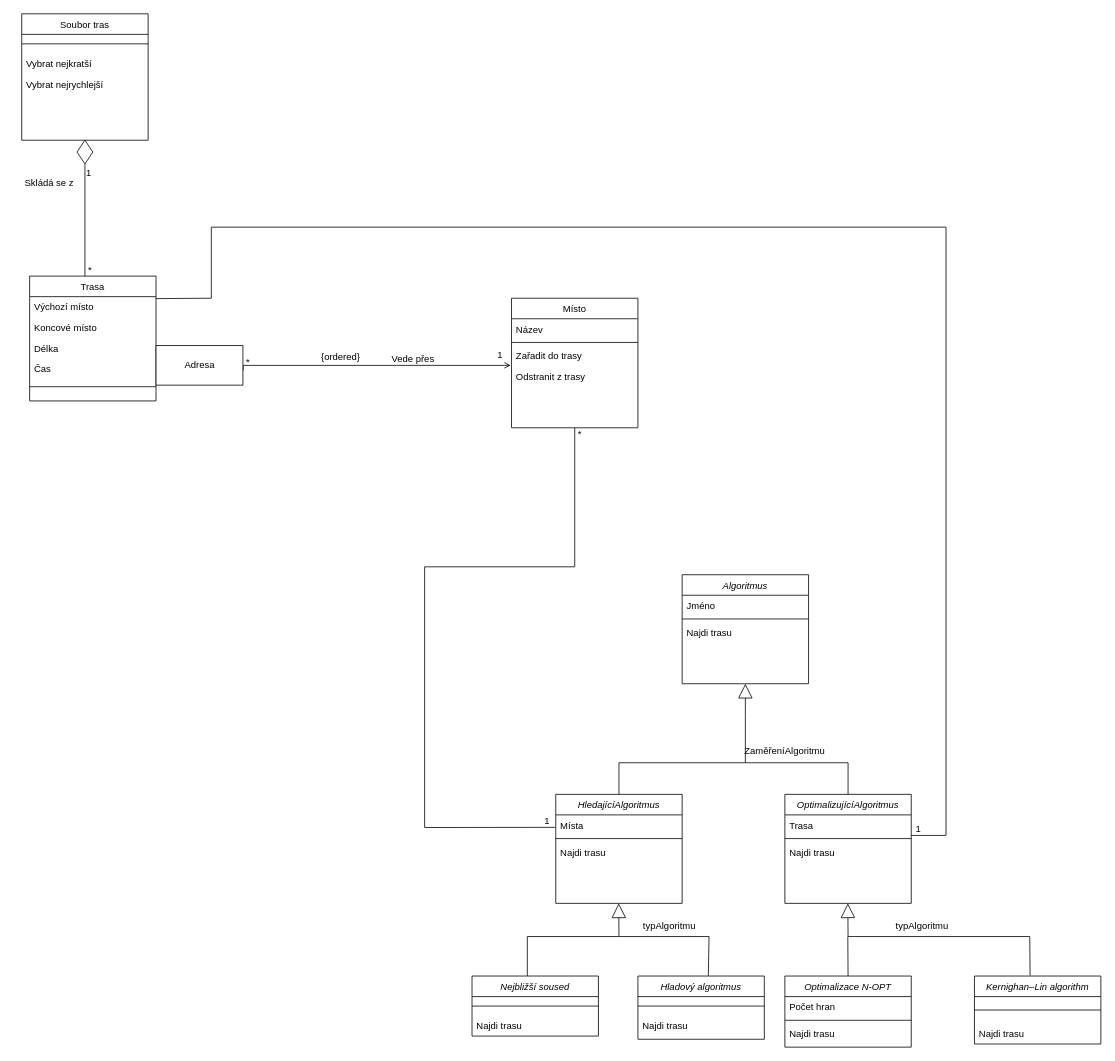
Before: ClassDiagram.drawio in KristyFromEarth/UML, a draw.io diagram. Source tidied: cells renumbered, new cells numbered last; positions are measured from the earlier drawing's top-left corner, leaving out a move shared by most shapes. Both pictures are drawn from the tidied source at 79%, with x=0, y=0 at pixel (13, 13).
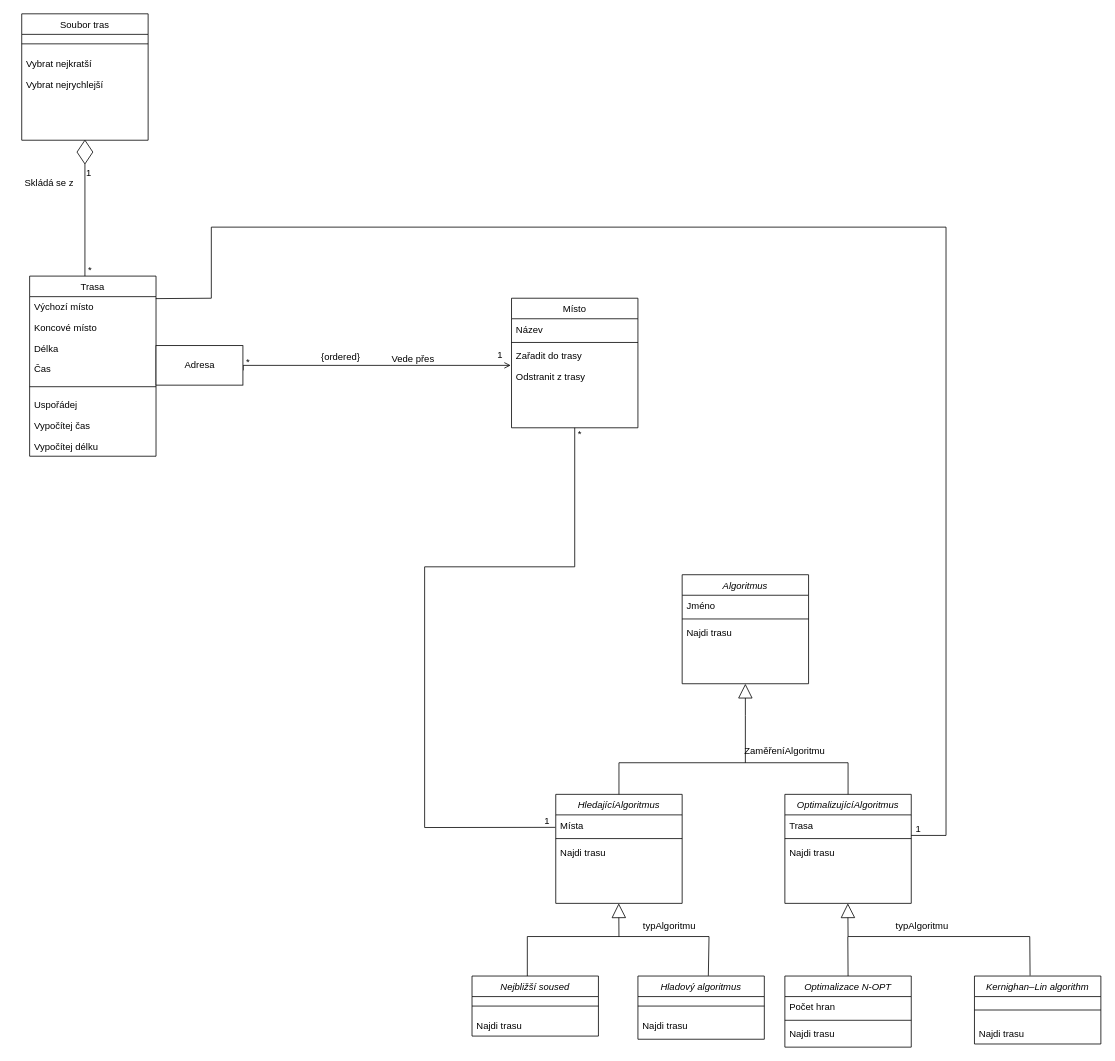
The same diagram, later.

The edit, as a diff of the source:
```diff
@@
     <mxCell id="14" value="Trasa" style="swimlane;fontStyle=0;align=center;verticalAlign=top;horizontal=1;startSize=26;rounded=0;shadow=0;strokeWidth=1;" parent="1" vertex="1">
-      <mxGeometry x="20" y="332" width="160" height="158" as="geometry" />
+      <mxGeometry x="20" y="332" width="160" height="228" as="geometry" />
     </mxCell>
@@
+    <mxCell id="81" value="Uspořádej" style="text;align=left;verticalAlign=top;spacingLeft=4;spacingRight=4;overflow=hidden;" parent="14" vertex="1">
+      <mxGeometry y="150" width="160" height="26" as="geometry" />
+    </mxCell>
+    <mxCell id="82" value="Vypočítej čas" style="text;align=left;verticalAlign=top;spacingLeft=4;spacingRight=4;overflow=hidden;" parent="14" vertex="1">
+      <mxGeometry y="176" width="160" height="26" as="geometry" />
+    </mxCell>
+    <mxCell id="83" value="Vypočítej délku" style="text;align=left;verticalAlign=top;spacingLeft=4;spacingRight=4;overflow=hidden;" parent="14" vertex="1">
+      <mxGeometry y="202" width="160" height="26" as="geometry" />
+    </mxCell>
```
